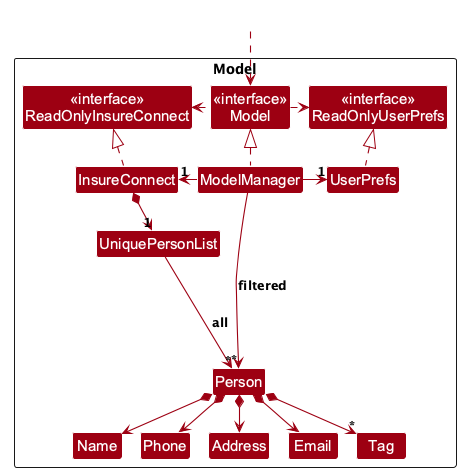
Before: docs/images/ModelClassDiagram.png, a diagram exported from PlantUML (AY2627S1-CS2103T-W09-4/tp). Source of this version:
```plantuml
@startuml
!pragma layout smetana
!include style.puml
skinparam arrowThickness 1.1
skinparam arrowColor MODEL_COLOR
skinparam classBackgroundColor MODEL_COLOR

Package Model as ModelPackage <<Rectangle>>{
Class "<<interface>>\nReadOnlyInsureConnect" as ReadOnlyInsureConnect
Class "<<interface>>\nReadOnlyUserPrefs" as ReadOnlyUserPrefs
Class "<<interface>>\nModel" as Model
Class InsureConnect
Class ModelManager
Class UserPrefs

Class UniquePersonList
Class Person
Class Address
Class Email
Class Name
Class Phone
Class Tag

Class I #FFFFFF
}

Class HiddenOutside #FFFFFF
HiddenOutside ..> Model

InsureConnect .up.|> ReadOnlyInsureConnect

ModelManager .up.|> Model
Model .right.> ReadOnlyUserPrefs
Model .left.> ReadOnlyInsureConnect
ModelManager -left-> "1" InsureConnect
ModelManager -right-> "1" UserPrefs
UserPrefs .up.|> ReadOnlyUserPrefs

InsureConnect *--> "1" UniquePersonList
UniquePersonList --> "*" Person : all
Person *--> Name
Person *--> Phone
Person *--> Email
Person *--> Address
Person *--> "*" Tag

Person -[hidden]up--> I
UniquePersonList -[hidden]right-> I

Name -[hidden]right-> Phone
Phone -[hidden]right-> Address
Address -[hidden]right-> Email

ModelManager --> "*" Person : filtered
@enduml
```
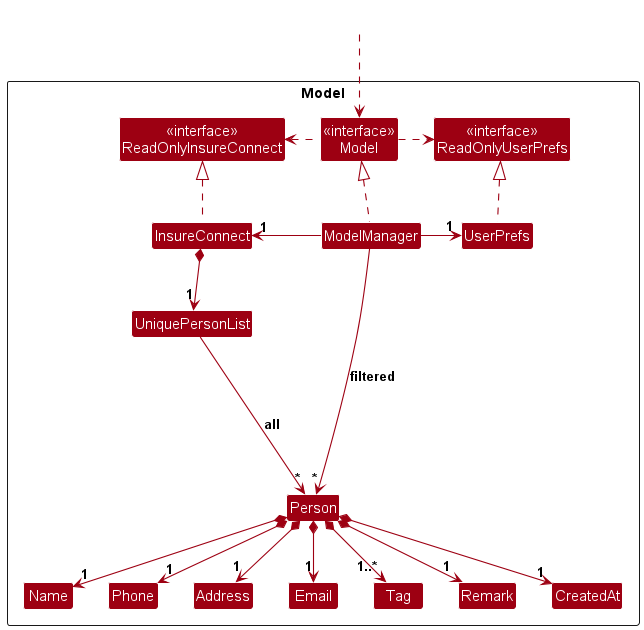
Later version of the same file.

Commit message:
Update ModelClassDiagram to include remark and createdAt

The edit, as a diff of the source:
```diff
@@ -1,5 +1,4 @@
-@startuml
-!pragma layout smetana
+@startuml ModelClassDiagram
 !include style.puml
 skinparam arrowThickness 1.1
 skinparam arrowColor MODEL_COLOR
@@ -20,6 +19,8 @@
 Class Name
 Class Phone
 Class Tag
+Class Remark
+Class CreatedAt
 
 Class I #FFFFFF
 }
@@ -38,11 +39,13 @@
 
 InsureConnect *--> "1" UniquePersonList
 UniquePersonList --> "*" Person : all
-Person *--> Name
-Person *--> Phone
-Person *--> Email
-Person *--> Address
-Person *--> "*" Tag
+Person *--> "1" Name
+Person *--> "1" Phone
+Person *--> "1" Email
+Person *--> "1" Address
+Person *--> "1..*" Tag
+Person *--> "1" Remark
+Person *--> "1" CreatedAt
 
 Person -[hidden]up--> I
 UniquePersonList -[hidden]right-> I
```
